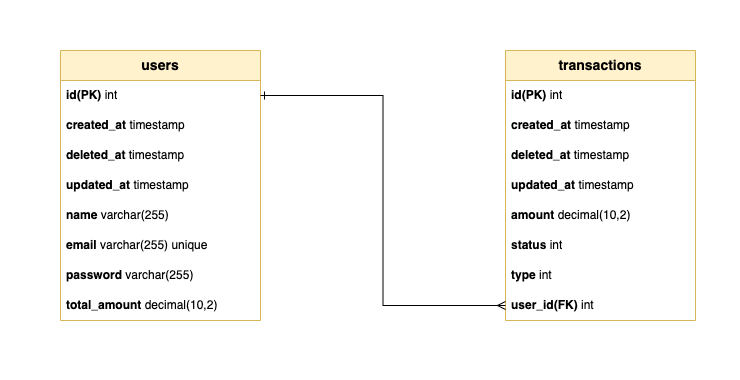
Before: documentation/ERD.png, a diagram exported from draw.io (saniarts/payment-app-node). Source tidied: cells renumbered, new cells last; positions are measured from the earlier drawing's top-left corner, leaving out a move shared by most shapes. Source of this version:
```xml
<mxGraphModel>
  <root>
    <mxCell id="0" />
    <mxCell id="1" parent="0" />
    <mxCell id="2" style="rounded=0;whiteSpace=wrap;html=1;strokeColor=none;" parent="1" vertex="1">
      <mxGeometry width="740" height="380" as="geometry" />
    </mxCell>
    <mxCell id="3" value="&lt;b&gt;&lt;font style=&quot;font-size: 14px;&quot;&gt;users&lt;/font&gt;&lt;/b&gt;" style="swimlane;fontStyle=0;horizontal=1;startSize=30;whiteSpace=wrap;html=1;fillColor=#fff2cc;strokeColor=#d6b656;" parent="1" vertex="1">
      <mxGeometry x="60" y="50" width="200" height="270" as="geometry" />
    </mxCell>
    <mxCell id="4" value="&lt;b&gt;id(PK)&lt;/b&gt; int" style="text;strokeColor=none;fillColor=none;align=left;verticalAlign=middle;spacingLeft=4;spacingRight=4;overflow=hidden;points=[[0,0.5],[1,0.5]];portConstraint=eastwest;whiteSpace=wrap;html=1;" parent="3" vertex="1">
      <mxGeometry y="30" width="200" height="30" as="geometry" />
    </mxCell>
    <mxCell id="5" value="&lt;b&gt;created_at &lt;/b&gt;timestamp" style="text;strokeColor=none;fillColor=none;align=left;verticalAlign=middle;spacingLeft=4;spacingRight=4;overflow=hidden;whiteSpace=wrap;html=1;" parent="3" vertex="1">
      <mxGeometry y="60" width="200" height="30" as="geometry" />
    </mxCell>
    <mxCell id="6" value="&lt;b&gt;deleted&lt;/b&gt;&lt;b&gt;_a&lt;/b&gt;&lt;b&gt;t&amp;nbsp;&lt;/b&gt;timestamp" style="text;strokeColor=none;fillColor=none;align=left;verticalAlign=middle;spacingLeft=4;spacingRight=4;overflow=hidden;whiteSpace=wrap;html=1;" parent="3" vertex="1">
      <mxGeometry y="90" width="200" height="30" as="geometry" />
    </mxCell>
    <mxCell id="7" value="&lt;b&gt;updated&lt;/b&gt;&lt;b&gt;_a&lt;/b&gt;&lt;b&gt;t&amp;nbsp;&lt;/b&gt;timestamp" style="text;strokeColor=none;fillColor=none;align=left;verticalAlign=middle;spacingLeft=4;spacingRight=4;overflow=hidden;whiteSpace=wrap;html=1;" parent="3" vertex="1">
      <mxGeometry y="120" width="200" height="30" as="geometry" />
    </mxCell>
    <mxCell id="8" value="&lt;b&gt;name&lt;/b&gt; varchar(255)" style="text;strokeColor=none;fillColor=none;align=left;verticalAlign=middle;spacingLeft=4;spacingRight=4;overflow=hidden;whiteSpace=wrap;html=1;" parent="3" vertex="1">
      <mxGeometry y="150" width="200" height="30" as="geometry" />
    </mxCell>
    <mxCell id="9" value="&lt;b&gt;email&lt;/b&gt; varchar(255) unique" style="text;strokeColor=none;fillColor=none;align=left;verticalAlign=middle;spacingLeft=4;spacingRight=4;overflow=hidden;whiteSpace=wrap;html=1;" parent="3" vertex="1">
      <mxGeometry y="180" width="200" height="30" as="geometry" />
    </mxCell>
    <mxCell id="10" value="&lt;b&gt;password&lt;/b&gt;&amp;nbsp;varchar(255)" style="text;strokeColor=none;fillColor=none;align=left;verticalAlign=middle;spacingLeft=4;spacingRight=4;overflow=hidden;whiteSpace=wrap;html=1;" parent="3" vertex="1">
      <mxGeometry y="210" width="200" height="30" as="geometry" />
    </mxCell>
    <mxCell id="11" value="&lt;b&gt;total_amount&lt;/b&gt; decimal(10,2)" style="text;strokeColor=none;fillColor=none;align=left;verticalAlign=middle;spacingLeft=4;spacingRight=4;overflow=hidden;whiteSpace=wrap;html=1;" parent="3" vertex="1">
      <mxGeometry y="240" width="200" height="30" as="geometry" />
    </mxCell>
    <mxCell id="12" value="&lt;b&gt;&lt;font style=&quot;font-size: 14px;&quot;&gt;transactions&lt;/font&gt;&lt;/b&gt;" style="swimlane;fontStyle=0;horizontal=1;startSize=30;whiteSpace=wrap;html=1;fillColor=#fff2cc;strokeColor=#d6b656;" parent="1" vertex="1">
      <mxGeometry x="505" y="50" width="190" height="270" as="geometry" />
    </mxCell>
    <mxCell id="13" value="&lt;b&gt;id(PK)&lt;/b&gt;&amp;nbsp;int" style="text;strokeColor=none;fillColor=none;align=left;verticalAlign=middle;spacingLeft=4;spacingRight=4;overflow=hidden;whiteSpace=wrap;html=1;" parent="12" vertex="1">
      <mxGeometry y="30" width="190" height="30" as="geometry" />
    </mxCell>
    <mxCell id="14" value="&lt;b&gt;created&lt;/b&gt;&lt;b&gt;_at&lt;/b&gt;&lt;b&gt;&amp;nbsp;&lt;/b&gt;timestamp" style="text;strokeColor=none;fillColor=none;align=left;verticalAlign=middle;spacingLeft=4;spacingRight=4;overflow=hidden;whiteSpace=wrap;html=1;" parent="12" vertex="1">
      <mxGeometry y="60" width="190" height="30" as="geometry" />
    </mxCell>
    <mxCell id="15" value="&lt;b&gt;deleted&lt;/b&gt;&lt;b&gt;_a&lt;/b&gt;&lt;b&gt;t&amp;nbsp;&lt;/b&gt;timestamp" style="text;strokeColor=none;fillColor=none;align=left;verticalAlign=middle;spacingLeft=4;spacingRight=4;overflow=hidden;whiteSpace=wrap;html=1;" parent="12" vertex="1">
      <mxGeometry y="90" width="190" height="30" as="geometry" />
    </mxCell>
    <mxCell id="16" value="&lt;b&gt;updated&lt;/b&gt;&lt;b&gt;_a&lt;/b&gt;&lt;b&gt;t&amp;nbsp;&lt;/b&gt;timestamp" style="text;strokeColor=none;fillColor=none;align=left;verticalAlign=middle;spacingLeft=4;spacingRight=4;overflow=hidden;whiteSpace=wrap;html=1;" parent="12" vertex="1">
      <mxGeometry y="120" width="190" height="30" as="geometry" />
    </mxCell>
    <mxCell id="17" value="&lt;b&gt;amount&lt;/b&gt;&amp;nbsp;decimal(10,2)" style="text;strokeColor=none;fillColor=none;align=left;verticalAlign=middle;spacingLeft=4;spacingRight=4;overflow=hidden;whiteSpace=wrap;html=1;" parent="12" vertex="1">
      <mxGeometry y="150" width="190" height="30" as="geometry" />
    </mxCell>
    <mxCell id="18" value="&lt;b&gt;status&lt;/b&gt;&amp;nbsp;int" style="text;strokeColor=none;fillColor=none;align=left;verticalAlign=middle;spacingLeft=4;spacingRight=4;overflow=hidden;whiteSpace=wrap;html=1;" parent="12" vertex="1">
      <mxGeometry y="180" width="190" height="30" as="geometry" />
    </mxCell>
    <mxCell id="19" value="&lt;b&gt;type&lt;/b&gt;&amp;nbsp;int" style="text;strokeColor=none;fillColor=none;align=left;verticalAlign=middle;spacingLeft=4;spacingRight=4;overflow=hidden;whiteSpace=wrap;html=1;" parent="12" vertex="1">
      <mxGeometry y="210" width="190" height="30" as="geometry" />
    </mxCell>
    <mxCell id="20" value="&lt;b&gt;user_id(FK)&lt;/b&gt;&amp;nbsp;int" style="text;strokeColor=none;fillColor=none;align=left;verticalAlign=middle;spacingLeft=4;spacingRight=4;overflow=hidden;points=[[0,0.5],[1,0.5]];portConstraint=eastwest;whiteSpace=wrap;html=1;" parent="12" vertex="1">
      <mxGeometry y="240" width="190" height="30" as="geometry" />
    </mxCell>
    <mxCell id="21" style="edgeStyle=orthogonalEdgeStyle;rounded=0;jettySize=auto;html=1;exitX=1;exitY=0.5;exitDx=0;exitDy=0;entryX=0;entryY=0.5;entryDx=0;entryDy=0;endArrow=ERmany;endFill=0;startArrow=ERone;startFill=0;" parent="1" edge="1" source="4" target="20">
      <mxGeometry relative="1" as="geometry" />
    </mxCell>
  </root>
</mxGraphModel>
```
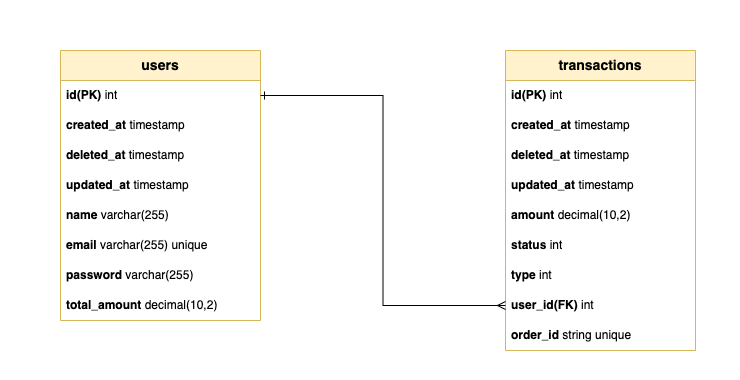
The same file after the commit.

What changed in the source:
```diff
@@ -33,7 +33,7 @@
       <mxGeometry y="240" width="200" height="30" as="geometry" />
     </mxCell>
     <mxCell id="12" value="&lt;b&gt;&lt;font style=&quot;font-size: 14px;&quot;&gt;transactions&lt;/font&gt;&lt;/b&gt;" style="swimlane;fontStyle=0;horizontal=1;startSize=30;whiteSpace=wrap;html=1;fillColor=#fff2cc;strokeColor=#d6b656;" parent="1" vertex="1">
-      <mxGeometry x="505" y="50" width="190" height="270" as="geometry" />
+      <mxGeometry x="505" y="50" width="190" height="300" as="geometry" />
     </mxCell>
     <mxCell id="13" value="&lt;b&gt;id(PK)&lt;/b&gt;&amp;nbsp;int" style="text;strokeColor=none;fillColor=none;align=left;verticalAlign=middle;spacingLeft=4;spacingRight=4;overflow=hidden;whiteSpace=wrap;html=1;" parent="12" vertex="1">
       <mxGeometry y="30" width="190" height="30" as="geometry" />
@@ -59,6 +59,9 @@
     <mxCell id="20" value="&lt;b&gt;user_id(FK)&lt;/b&gt;&amp;nbsp;int" style="text;strokeColor=none;fillColor=none;align=left;verticalAlign=middle;spacingLeft=4;spacingRight=4;overflow=hidden;points=[[0,0.5],[1,0.5]];portConstraint=eastwest;whiteSpace=wrap;html=1;" parent="12" vertex="1">
       <mxGeometry y="240" width="190" height="30" as="geometry" />
     </mxCell>
+    <mxCell id="22" value="&lt;b&gt;order_id &lt;/b&gt;string unique" style="text;strokeColor=none;fillColor=none;align=left;verticalAlign=middle;spacingLeft=4;spacingRight=4;overflow=hidden;whiteSpace=wrap;html=1;" parent="12" vertex="1">
+      <mxGeometry y="270" width="190" height="30" as="geometry" />
+    </mxCell>
     <mxCell id="21" style="edgeStyle=orthogonalEdgeStyle;rounded=0;jettySize=auto;html=1;exitX=1;exitY=0.5;exitDx=0;exitDy=0;entryX=0;entryY=0.5;entryDx=0;entryDy=0;endArrow=ERmany;endFill=0;startArrow=ERone;startFill=0;" parent="1" edge="1" source="4" target="20">
       <mxGeometry relative="1" as="geometry" />
     </mxCell>
```
